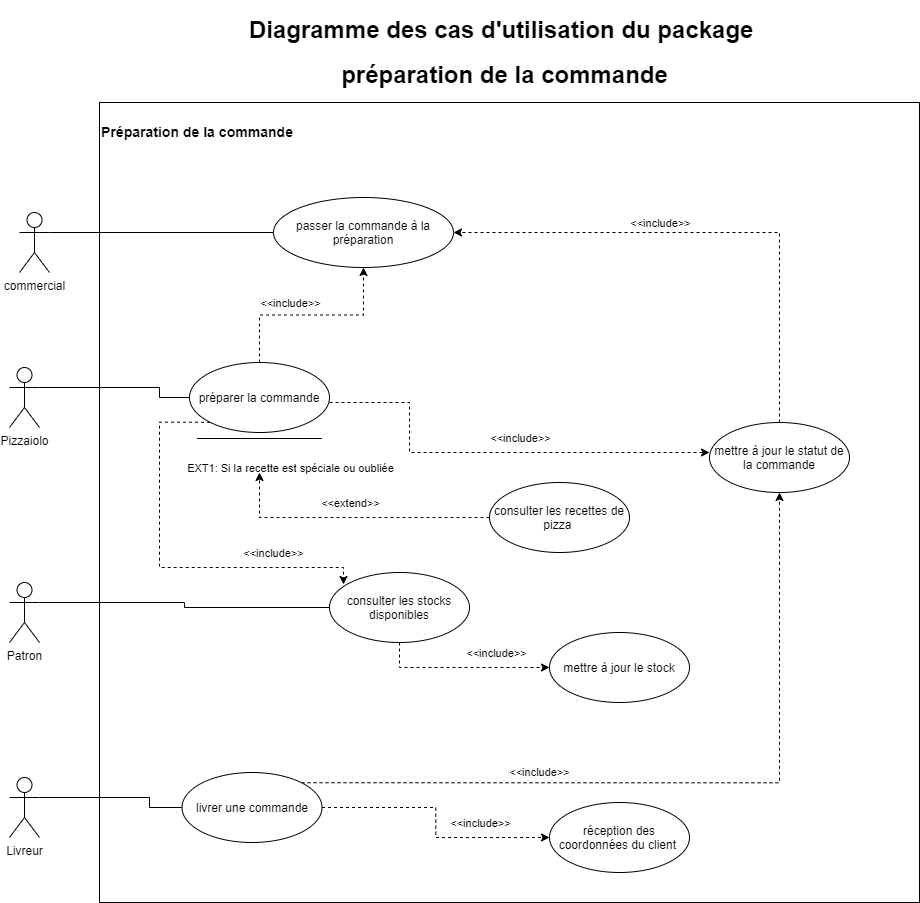
Before: Spécifications fonctionnelles/Diagrammes/diagramme de préparation de commande.png, a diagram exported from draw.io (HBaraa/P4_OC-pizza). Source tidied: cells renumbered, new cells last; positions are measured from the earlier drawing's top-left corner, leaving out a move shared by most shapes.
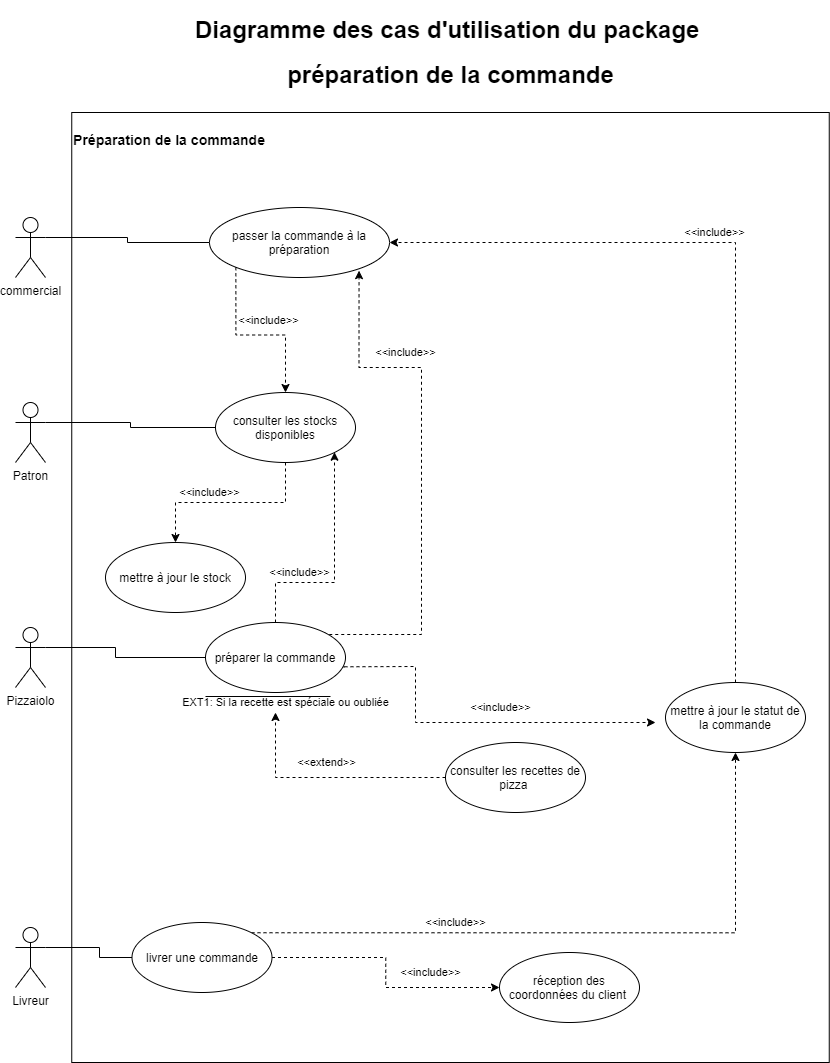
After the change.

The edit, as a diff of the source:
```diff
@@ -2,44 +2,38 @@
   <root>
     <mxCell id="0" />
     <mxCell id="1" parent="0" />
-    <mxCell id="2" value="&lt;h3&gt;Préparation de la commande&lt;/h3&gt;&lt;div&gt;&lt;br&gt;&lt;/div&gt;&lt;div&gt;&lt;br&gt;&lt;/div&gt;&lt;div&gt;&lt;br&gt;&lt;/div&gt;&lt;div&gt;&lt;br&gt;&lt;/div&gt;&lt;div&gt;&lt;br&gt;&lt;/div&gt;&lt;div&gt;&lt;br&gt;&lt;/div&gt;&lt;div&gt;&lt;br&gt;&lt;/div&gt;&lt;div&gt;&lt;br&gt;&lt;/div&gt;&lt;div&gt;&lt;br&gt;&lt;/div&gt;&lt;div&gt;&lt;br&gt;&lt;/div&gt;&lt;div&gt;&lt;br&gt;&lt;/div&gt;&lt;div&gt;&lt;br&gt;&lt;/div&gt;&lt;div&gt;&lt;br&gt;&lt;/div&gt;&lt;div&gt;&lt;br&gt;&lt;/div&gt;&lt;div&gt;&lt;br&gt;&lt;/div&gt;&lt;div&gt;&lt;br&gt;&lt;/div&gt;&lt;div&gt;&lt;br&gt;&lt;/div&gt;&lt;div&gt;&lt;br&gt;&lt;/div&gt;&lt;div&gt;&lt;br&gt;&lt;/div&gt;&lt;div&gt;&lt;br&gt;&lt;/div&gt;&lt;div&gt;&lt;br&gt;&lt;/div&gt;&lt;div&gt;&lt;br&gt;&lt;/div&gt;&lt;div&gt;&lt;br&gt;&lt;/div&gt;&lt;div&gt;&lt;br&gt;&lt;/div&gt;&lt;div&gt;&lt;br&gt;&lt;/div&gt;&lt;div&gt;&lt;br&gt;&lt;/div&gt;&lt;div&gt;&lt;br&gt;&lt;/div&gt;&lt;div&gt;&lt;br&gt;&lt;/div&gt;&lt;div&gt;&lt;br&gt;&lt;/div&gt;&lt;div&gt;&lt;br&gt;&lt;/div&gt;&lt;div&gt;&lt;br&gt;&lt;/div&gt;&lt;div&gt;&lt;br&gt;&lt;/div&gt;&lt;div&gt;&lt;br&gt;&lt;/div&gt;&lt;div&gt;&lt;br&gt;&lt;/div&gt;&lt;div&gt;&lt;br&gt;&lt;/div&gt;&lt;div&gt;&lt;br&gt;&lt;/div&gt;&lt;div&gt;&lt;br&gt;&lt;/div&gt;&lt;div&gt;&lt;br&gt;&lt;/div&gt;&lt;div&gt;&lt;br&gt;&lt;/div&gt;&lt;div&gt;&lt;br&gt;&lt;/div&gt;&lt;div&gt;&lt;br&gt;&lt;/div&gt;&lt;div&gt;&lt;br&gt;&lt;/div&gt;&lt;div&gt;&lt;br&gt;&lt;/div&gt;&lt;div&gt;&lt;br&gt;&lt;/div&gt;&lt;div&gt;&lt;br&gt;&lt;/div&gt;&lt;div&gt;&lt;br&gt;&lt;/div&gt;&lt;div&gt;&lt;br&gt;&lt;/div&gt;&lt;div&gt;&lt;br&gt;&lt;/div&gt;&lt;div&gt;&lt;br&gt;&lt;/div&gt;&lt;div&gt;&lt;br&gt;&lt;/div&gt;&lt;div&gt;&lt;br&gt;&lt;/div&gt;&lt;div&gt;&lt;br&gt;&lt;/div&gt;&lt;div&gt;&lt;br&gt;&lt;/div&gt;" style="html=1;align=left;" parent="1" vertex="1">
-      <mxGeometry x="90" y="90" width="820" height="800" as="geometry" />
+    <mxCell id="2" value="&lt;h3&gt;Préparation de la commande&lt;/h3&gt;&lt;div&gt;&lt;br&gt;&lt;/div&gt;&lt;div&gt;&lt;br&gt;&lt;/div&gt;&lt;div&gt;&lt;br&gt;&lt;/div&gt;&lt;div&gt;&lt;br&gt;&lt;/div&gt;&lt;div&gt;&lt;br&gt;&lt;/div&gt;&lt;div&gt;&lt;br&gt;&lt;/div&gt;&lt;div&gt;&lt;br&gt;&lt;/div&gt;&lt;div&gt;&lt;br&gt;&lt;/div&gt;&lt;div&gt;&lt;br&gt;&lt;/div&gt;&lt;div&gt;&lt;br&gt;&lt;/div&gt;&lt;div&gt;&lt;br&gt;&lt;/div&gt;&lt;div&gt;&lt;br&gt;&lt;/div&gt;&lt;div&gt;&lt;br&gt;&lt;/div&gt;&lt;div&gt;&lt;br&gt;&lt;/div&gt;&lt;div&gt;&lt;br&gt;&lt;/div&gt;&lt;div&gt;&lt;br&gt;&lt;/div&gt;&lt;div&gt;&lt;br&gt;&lt;/div&gt;&lt;div&gt;&lt;br&gt;&lt;/div&gt;&lt;div&gt;&lt;br&gt;&lt;/div&gt;&lt;div&gt;&lt;br&gt;&lt;/div&gt;&lt;div&gt;&lt;br&gt;&lt;/div&gt;&lt;div&gt;&lt;br&gt;&lt;/div&gt;&lt;div&gt;&lt;br&gt;&lt;/div&gt;&lt;div&gt;&lt;br&gt;&lt;/div&gt;&lt;div&gt;&lt;br&gt;&lt;/div&gt;&lt;div&gt;&lt;br&gt;&lt;/div&gt;&lt;div&gt;&lt;br&gt;&lt;/div&gt;&lt;div&gt;&lt;br&gt;&lt;/div&gt;&lt;div&gt;&lt;br&gt;&lt;/div&gt;&lt;div&gt;&lt;br&gt;&lt;/div&gt;&lt;div&gt;&lt;br&gt;&lt;/div&gt;&lt;div&gt;&lt;br&gt;&lt;/div&gt;&lt;div&gt;&lt;br&gt;&lt;/div&gt;&lt;div&gt;&lt;br&gt;&lt;/div&gt;&lt;div&gt;&lt;br&gt;&lt;/div&gt;&lt;div&gt;&lt;br&gt;&lt;/div&gt;&lt;div&gt;&lt;br&gt;&lt;/div&gt;&lt;div&gt;&lt;br&gt;&lt;/div&gt;&lt;div&gt;&lt;br&gt;&lt;/div&gt;&lt;div&gt;&lt;br&gt;&lt;/div&gt;&lt;div&gt;&lt;br&gt;&lt;/div&gt;&lt;div&gt;&lt;br&gt;&lt;/div&gt;&lt;div&gt;&lt;br&gt;&lt;/div&gt;&lt;div&gt;&lt;br&gt;&lt;/div&gt;&lt;div&gt;&lt;br&gt;&lt;/div&gt;&lt;div&gt;&lt;br&gt;&lt;/div&gt;&lt;div&gt;&lt;br&gt;&lt;/div&gt;&lt;div&gt;&lt;br&gt;&lt;/div&gt;&lt;div&gt;&lt;br&gt;&lt;/div&gt;&lt;div&gt;&lt;br&gt;&lt;/div&gt;&lt;div&gt;&lt;br&gt;&lt;/div&gt;&lt;div&gt;&lt;br&gt;&lt;/div&gt;&lt;div&gt;&lt;br&gt;&lt;/div&gt;&lt;div&gt;&lt;br&gt;&lt;/div&gt;&lt;div&gt;&lt;br&gt;&lt;/div&gt;&lt;div&gt;&lt;br&gt;&lt;/div&gt;&lt;div&gt;&lt;br&gt;&lt;/div&gt;&lt;div&gt;&lt;br&gt;&lt;/div&gt;&lt;div&gt;&lt;br&gt;&lt;/div&gt;&lt;div&gt;&lt;br&gt;&lt;/div&gt;&lt;div&gt;&lt;br&gt;&lt;/div&gt;&lt;div&gt;&lt;br&gt;&lt;/div&gt;&lt;div&gt;&lt;br&gt;&lt;/div&gt;&lt;div&gt;&lt;br&gt;&lt;/div&gt;" style="html=1;align=left;" parent="1" vertex="1">
+      <mxGeometry x="126.2" y="90" width="757.5" height="950" as="geometry" />
     </mxCell>
     <mxCell id="3" style="edgeStyle=orthogonalEdgeStyle;rounded=0;jettySize=auto;html=1;exitX=1;exitY=0.3333333333333333;exitDx=0;exitDy=0;exitPerimeter=0;entryX=0;entryY=0.5;entryDx=0;entryDy=0;endArrow=none;endFill=0;" parent="1" edge="1" source="4" target="16">
       <mxGeometry relative="1" as="geometry">
         <Array as="points">
-          <mxPoint x="150" y="375" />
-          <mxPoint x="150" y="385" />
+          <mxPoint x="170" y="625" />
+          <mxPoint x="170" y="635" />
         </Array>
       </mxGeometry>
     </mxCell>
     <mxCell id="4" value="Pizzaiolo" style="shape=umlActor;verticalLabelPosition=bottom;verticalAlign=top;html=1;" parent="1" vertex="1">
-      <mxGeometry y="355" width="30" height="60" as="geometry" />
+      <mxGeometry x="70" y="605" width="30" height="60" as="geometry" />
     </mxCell>
-    <mxCell id="5" style="edgeStyle=orthogonalEdgeStyle;rounded=0;jettySize=auto;html=1;exitX=1;exitY=0.3333333333333333;exitDx=0;exitDy=0;exitPerimeter=0;entryX=0;entryY=0.5;entryDx=0;entryDy=0;endArrow=none;endFill=0;" parent="1" edge="1" source="6" target="26">
-      <mxGeometry relative="1" as="geometry" />
-    </mxCell>
-    <mxCell id="6" value="Patron" style="shape=umlActor;verticalLabelPosition=bottom;verticalAlign=top;html=1;" parent="1" vertex="1">
-      <mxGeometry y="570" width="30" height="60" as="geometry" />
-    </mxCell>
     <mxCell id="7" style="edgeStyle=orthogonalEdgeStyle;rounded=0;jettySize=auto;html=1;exitX=1;exitY=0.3333333333333333;exitDx=0;exitDy=0;exitPerimeter=0;entryX=0;entryY=0.5;entryDx=0;entryDy=0;endArrow=none;endFill=0;" parent="1" edge="1" source="8" target="32">
       <mxGeometry relative="1" as="geometry">
         <Array as="points">
-          <mxPoint x="140" y="785" />
-          <mxPoint x="140" y="795" />
+          <mxPoint x="154" y="925" />
+          <mxPoint x="154" y="935" />
         </Array>
       </mxGeometry>
     </mxCell>
     <mxCell id="8" value="Livreur" style="shape=umlActor;verticalLabelPosition=bottom;verticalAlign=top;html=1;" parent="1" vertex="1">
-      <mxGeometry y="765" width="30" height="60" as="geometry" />
+      <mxGeometry x="70" y="905" width="30" height="60" as="geometry" />
     </mxCell>
-    <mxCell id="9" style="edgeStyle=orthogonalEdgeStyle;rounded=0;orthogonalLoop=1;jettySize=auto;html=1;exitX=1;exitY=0.5;exitDx=0;exitDy=0;entryX=0;entryY=0.5;entryDx=0;entryDy=0;dashed=1;" parent="1" edge="1">
+    <mxCell id="9" style="edgeStyle=orthogonalEdgeStyle;rounded=0;jettySize=auto;html=1;entryX=0;entryY=0.5;entryDx=0;entryDy=0;dashed=1;exitX=0.993;exitY=0.633;exitDx=0;exitDy=0;exitPerimeter=0;" parent="1" edge="1" source="16">
       <mxGeometry relative="1" as="geometry">
-        <mxPoint x="320" y="390" as="sourcePoint" />
-        <mxPoint x="700" y="440" as="targetPoint" />
+        <mxPoint x="710" y="700" as="targetPoint" />
         <Array as="points">
-          <mxPoint x="400" y="390" />
-          <mxPoint x="400" y="440" />
+          <mxPoint x="396" y="644" />
+          <mxPoint x="470" y="644" />
+          <mxPoint x="470" y="700" />
         </Array>
       </mxGeometry>
     </mxCell>
@@ -50,33 +44,36 @@
     </mxCell>
     <mxCell id="11" value="EXT1: Si la recette est spéciale ou oubliée" style="edgeLabel;html=1;align=center;verticalAlign=middle;" parent="9" vertex="1">
       <mxGeometry x="-0.37" y="-5" relative="1" as="geometry">
-        <mxPoint x="-125" y="10" as="offset" />
+        <mxPoint x="-125" y="-4" as="offset" />
       </mxGeometry>
     </mxCell>
-    <mxCell id="12" style="edgeStyle=orthogonalEdgeStyle;rounded=0;jettySize=auto;html=1;exitX=0;exitY=1;exitDx=0;exitDy=0;dashed=1;entryX=0.1;entryY=0.171;entryDx=0;entryDy=0;entryPerimeter=0;" parent="1" edge="1" source="16" target="26">
-      <mxGeometry relative="1" as="geometry">
-        <Array as="points">
-          <mxPoint x="150" y="410" />
-          <mxPoint x="150" y="555" />
-          <mxPoint x="334" y="555" />
-        </Array>
-      </mxGeometry>
-    </mxCell>
-    <mxCell id="13" value="&amp;lt;&amp;lt;include&amp;gt;&amp;gt;" style="edgeLabel;html=1;align=center;verticalAlign=middle;" parent="12" vertex="1">
-      <mxGeometry x="0.74" y="1" relative="1" as="geometry">
-        <mxPoint x="-35.2" y="-14" as="offset" />
-      </mxGeometry>
-    </mxCell>
-    <mxCell id="14" style="edgeStyle=orthogonalEdgeStyle;rounded=0;jettySize=auto;html=1;exitX=0.5;exitY=0;exitDx=0;exitDy=0;entryX=0.5;entryY=1;entryDx=0;entryDy=0;dashed=1;endArrow=classic;endFill=1;" parent="1" edge="1" source="16" target="37">
-      <mxGeometry relative="1" as="geometry" />
+    <mxCell id="14" style="edgeStyle=orthogonalEdgeStyle;rounded=0;jettySize=auto;html=1;entryX=1;entryY=1;entryDx=0;entryDy=0;dashed=1;endArrow=classic;endFill=1;exitX=1;exitY=0;exitDx=0;exitDy=0;" parent="1" edge="1" source="16">
+      <mxGeometry relative="1" as="geometry">
+        <mxPoint x="413.5" y="248.1" as="targetPoint" />
+        <Array as="points">
+          <mxPoint x="380" y="612" />
+          <mxPoint x="476" y="612" />
+          <mxPoint x="476" y="345" />
+          <mxPoint x="414" y="345" />
+        </Array>
+      </mxGeometry>
     </mxCell>
     <mxCell id="15" value="&amp;lt;&amp;lt;include&amp;gt;&amp;gt;" style="edgeLabel;html=1;align=center;verticalAlign=middle;" parent="14" vertex="1">
       <mxGeometry x="0.35" y="2" relative="1" as="geometry">
-        <mxPoint x="-57.5" y="-10.5" as="offset" />
+        <mxPoint x="-14" y="-25.2" as="offset" />
       </mxGeometry>
     </mxCell>
+    <mxCell id="12" style="edgeStyle=orthogonalEdgeStyle;rounded=0;jettySize=auto;html=1;exitX=0.5;exitY=0;exitDx=0;exitDy=0;entryX=1;entryY=1;entryDx=0;entryDy=0;dashed=1;strokeColor=#000000;" parent="1" edge="1" source="16" target="26">
+      <mxGeometry relative="1" as="geometry">
+        <Array as="points">
+          <mxPoint x="330" y="560" />
+          <mxPoint x="389" y="560" />
+          <mxPoint x="389" y="430" />
+        </Array>
+      </mxGeometry>
+    </mxCell>
     <mxCell id="16" value="préparer la commande" style="ellipse;whiteSpace=wrap;html=1;" parent="1" vertex="1">
-      <mxGeometry x="180" y="350" width="140" height="70" as="geometry" />
+      <mxGeometry x="260" y="600" width="140" height="70" as="geometry" />
     </mxCell>
     <mxCell id="17" style="edgeStyle=orthogonalEdgeStyle;rounded=0;jettySize=auto;html=1;exitX=0.5;exitY=0;exitDx=0;exitDy=0;entryX=1;entryY=0.5;entryDx=0;entryDy=0;endArrow=classic;endFill=1;dashed=1;" parent="1" edge="1" source="19" target="37">
       <mxGeometry relative="1" as="geometry" />
@@ -87,11 +84,11 @@
       </mxGeometry>
     </mxCell>
     <mxCell id="19" value="mettre à jour le statut de la commande" style="ellipse;whiteSpace=wrap;html=1;" parent="1" vertex="1">
-      <mxGeometry x="700" y="410" width="140" height="70" as="geometry" />
+      <mxGeometry x="720" y="660" width="140" height="70" as="geometry" />
     </mxCell>
     <mxCell id="20" style="edgeStyle=orthogonalEdgeStyle;rounded=0;jettySize=auto;html=1;exitX=0;exitY=0.5;exitDx=0;exitDy=0;dashed=1;" parent="1" edge="1" source="22">
       <mxGeometry relative="1" as="geometry">
-        <mxPoint x="250" y="460" as="targetPoint" />
+        <mxPoint x="330" y="690" as="targetPoint" />
       </mxGeometry>
     </mxCell>
     <mxCell id="21" value="&amp;lt;&amp;lt;extend&amp;gt;&amp;gt;" style="edgeLabel;html=1;align=center;verticalAlign=middle;" parent="20" vertex="1">
@@ -100,35 +97,25 @@
       </mxGeometry>
     </mxCell>
     <mxCell id="22" value="consulter les recettes de pizza&amp;nbsp;" style="ellipse;whiteSpace=wrap;html=1;" parent="1" vertex="1">
-      <mxGeometry x="480" y="470" width="140" height="70" as="geometry" />
+      <mxGeometry x="500" y="720" width="140" height="70" as="geometry" />
     </mxCell>
     <mxCell id="23" style="line;strokeWidth=1;fillColor=none;align=left;verticalAlign=middle;spacingTop=-1;spacingLeft=3;spacingRight=3;labelPosition=right;" parent="1" vertex="1">
-      <mxGeometry x="187.5" y="422" width="125" height="8" as="geometry" />
+      <mxGeometry x="260" y="670" width="125" height="8" as="geometry" />
     </mxCell>
-    <mxCell id="24" style="edgeStyle=orthogonalEdgeStyle;rounded=0;jettySize=auto;html=1;exitX=0.5;exitY=1;exitDx=0;exitDy=0;entryX=0;entryY=0.5;entryDx=0;entryDy=0;dashed=1;" parent="1" edge="1" source="26" target="27">
-      <mxGeometry relative="1" as="geometry" />
-    </mxCell>
-    <mxCell id="25" value="&amp;lt;&amp;lt;include&amp;gt;&amp;gt;" style="edgeLabel;html=1;align=center;verticalAlign=middle;" parent="24" vertex="1">
-      <mxGeometry x="0.6" y="3" relative="1" as="geometry">
-        <mxPoint x="-19" y="-12" as="offset" />
-      </mxGeometry>
-    </mxCell>
-    <mxCell id="26" value="consulter les stocks disponibles" style="ellipse;whiteSpace=wrap;html=1;" parent="1" vertex="1">
-      <mxGeometry x="320" y="560" width="140" height="70" as="geometry" />
-    </mxCell>
-    <mxCell id="27" value="mettre à jour le stock" style="ellipse;whiteSpace=wrap;html=1;" parent="1" vertex="1">
-      <mxGeometry x="540" y="620" width="140" height="70" as="geometry" />
-    </mxCell>
-    <mxCell id="28" style="edgeStyle=orthogonalEdgeStyle;rounded=0;jettySize=auto;html=1;exitX=1;exitY=0;exitDx=0;exitDy=0;endArrow=classic;endFill=1;dashed=1;" parent="1" edge="1" source="32" target="19">
-      <mxGeometry relative="1" as="geometry" />
+    <mxCell id="28" style="edgeStyle=orthogonalEdgeStyle;rounded=0;jettySize=auto;html=1;exitX=1;exitY=0;exitDx=0;exitDy=0;endArrow=classic;endFill=1;dashed=1;" parent="1" edge="1" source="32">
+      <mxGeometry relative="1" as="geometry">
+        <mxPoint x="790" y="730" as="targetPoint" />
+      </mxGeometry>
     </mxCell>
     <mxCell id="29" value="&amp;lt;&amp;lt;include&amp;gt;&amp;gt;" style="edgeLabel;html=1;align=center;verticalAlign=middle;" parent="28" vertex="1">
       <mxGeometry x="-0.35" y="-3" relative="1" as="geometry">
         <mxPoint x="-13" y="-13.3" as="offset" />
       </mxGeometry>
     </mxCell>
-    <mxCell id="30" style="edgeStyle=orthogonalEdgeStyle;rounded=0;jettySize=auto;html=1;exitX=1;exitY=0.5;exitDx=0;exitDy=0;entryX=0;entryY=0.5;entryDx=0;entryDy=0;dashed=1;endArrow=classic;endFill=1;" parent="1" edge="1" source="32" target="33">
-      <mxGeometry relative="1" as="geometry" />
+    <mxCell id="30" style="edgeStyle=orthogonalEdgeStyle;rounded=0;jettySize=auto;html=1;exitX=1;exitY=0.5;exitDx=0;exitDy=0;entryX=0;entryY=0.5;entryDx=0;entryDy=0;dashed=1;endArrow=classic;endFill=1;" parent="1" edge="1" source="32">
+      <mxGeometry relative="1" as="geometry">
+        <mxPoint x="554" y="965" as="targetPoint" />
+      </mxGeometry>
     </mxCell>
     <mxCell id="31" value="&amp;lt;&amp;lt;include&amp;gt;&amp;gt;" style="edgeLabel;html=1;align=center;verticalAlign=middle;" parent="30" vertex="1">
       <mxGeometry x="0.74" relative="1" as="geometry">
@@ -136,22 +123,53 @@
       </mxGeometry>
     </mxCell>
     <mxCell id="32" value="livrer une commande" style="ellipse;whiteSpace=wrap;html=1;" parent="1" vertex="1">
-      <mxGeometry x="172.5" y="760" width="140" height="70" as="geometry" />
+      <mxGeometry x="186.5" y="900" width="140" height="70" as="geometry" />
     </mxCell>
     <mxCell id="33" value="réception des coordonnées du client&amp;nbsp;" style="ellipse;whiteSpace=wrap;html=1;" parent="1" vertex="1">
-      <mxGeometry x="540" y="790" width="140" height="70" as="geometry" />
+      <mxGeometry x="554" y="930" width="140" height="70" as="geometry" />
     </mxCell>
     <mxCell id="34" value="&lt;h1&gt;Diagramme des cas d'utilisation du package&amp;nbsp;&lt;/h1&gt;&lt;h1&gt;préparation de la commande&lt;/h1&gt;" style="text;html=1;align=center;verticalAlign=middle;" parent="1" vertex="1">
-      <mxGeometry x="230" width="530" height="80" as="geometry" />
+      <mxGeometry x="240" y="-10" width="530" height="80" as="geometry" />
     </mxCell>
     <mxCell id="35" style="edgeStyle=orthogonalEdgeStyle;rounded=0;jettySize=auto;html=1;exitX=1;exitY=0.3333333333333333;exitDx=0;exitDy=0;exitPerimeter=0;entryX=0;entryY=0.5;entryDx=0;entryDy=0;endArrow=none;endFill=0;" parent="1" edge="1" source="36" target="37">
       <mxGeometry relative="1" as="geometry" />
     </mxCell>
     <mxCell id="36" value="commercial" style="shape=umlActor;verticalLabelPosition=bottom;verticalAlign=top;html=1;" parent="1" vertex="1">
-      <mxGeometry x="10" y="200" width="30" height="60" as="geometry" />
+      <mxGeometry x="70" y="195" width="30" height="60" as="geometry" />
     </mxCell>
+    <mxCell id="38" style="edgeStyle=orthogonalEdgeStyle;rounded=0;jettySize=auto;html=1;exitX=0;exitY=1;exitDx=0;exitDy=0;dashed=1;" parent="1" edge="1" source="37" target="26">
+      <mxGeometry relative="1" as="geometry" />
+    </mxCell>
+    <mxCell id="39" value="&amp;lt;&amp;lt;include&amp;gt;&amp;gt;" style="edgeLabel;html=1;align=center;verticalAlign=middle;" parent="38" vertex="1">
+      <mxGeometry x="0.17" relative="1" as="geometry">
+        <mxPoint x="-2.7" y="-15" as="offset" />
+      </mxGeometry>
+    </mxCell>
     <mxCell id="37" value="passer la commande à la préparation" style="ellipse;whiteSpace=wrap;html=1;" parent="1" vertex="1">
       <mxGeometry x="264" y="185" width="180" height="70" as="geometry" />
     </mxCell>
+    <mxCell id="5" style="edgeStyle=orthogonalEdgeStyle;rounded=0;jettySize=auto;html=1;exitX=1;exitY=0.3333333333333333;exitDx=0;exitDy=0;exitPerimeter=0;entryX=0;entryY=0.5;entryDx=0;entryDy=0;endArrow=none;endFill=0;" parent="1" edge="1" source="6" target="26">
+      <mxGeometry relative="1" as="geometry" />
+    </mxCell>
+    <mxCell id="6" value="Patron" style="shape=umlActor;verticalLabelPosition=bottom;verticalAlign=top;html=1;" parent="1" vertex="1">
+      <mxGeometry x="70" y="380" width="30" height="60" as="geometry" />
+    </mxCell>
+    <mxCell id="24" style="edgeStyle=orthogonalEdgeStyle;jettySize=auto;html=1;exitX=0.5;exitY=1;exitDx=0;exitDy=0;dashed=1;rounded=0;" parent="1" edge="1" source="26" target="27">
+      <mxGeometry relative="1" as="geometry" />
+    </mxCell>
+    <mxCell id="40" value="&amp;lt;&amp;lt;include&amp;gt;&amp;gt;" style="edgeLabel;html=1;align=center;verticalAlign=middle;" parent="24" vertex="1">
+      <mxGeometry x="0.6" y="3" relative="1" as="geometry">
+        <mxPoint x="121" y="68.3" as="offset" />
+      </mxGeometry>
+    </mxCell>
+    <mxCell id="26" value="consulter les stocks disponibles" style="ellipse;whiteSpace=wrap;html=1;" parent="1" vertex="1">
+      <mxGeometry x="270" y="370" width="140" height="70" as="geometry" />
+    </mxCell>
+    <mxCell id="27" value="mettre à jour le stock" style="ellipse;whiteSpace=wrap;html=1;" parent="1" vertex="1">
+      <mxGeometry x="160" y="520" width="140" height="70" as="geometry" />
+    </mxCell>
+    <mxCell id="41" value="&amp;lt;&amp;lt;include&amp;gt;&amp;gt;" style="edgeLabel;html=1;align=center;verticalAlign=middle;" parent="1" vertex="1">
+      <mxGeometry x="264" y="470" as="geometry" />
+    </mxCell>
   </root>
 </mxGraphModel>
```
